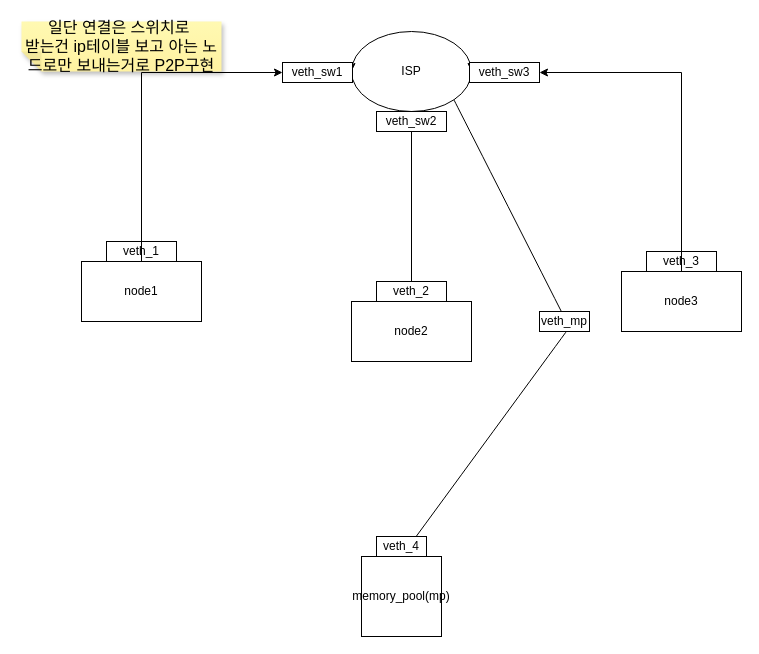
The draw.io diagram Net.drawio in sunnycastle09/Block-Chain-in-Linux, before the edit. Source tidied: cells renumbered, new cells numbered last; positions are measured from the earlier drawing's top-left corner, leaving out a move shared by most shapes. Both pictures are drawn from the tidied source at 100%, with x=0, y=0 at pixel (21, 21).
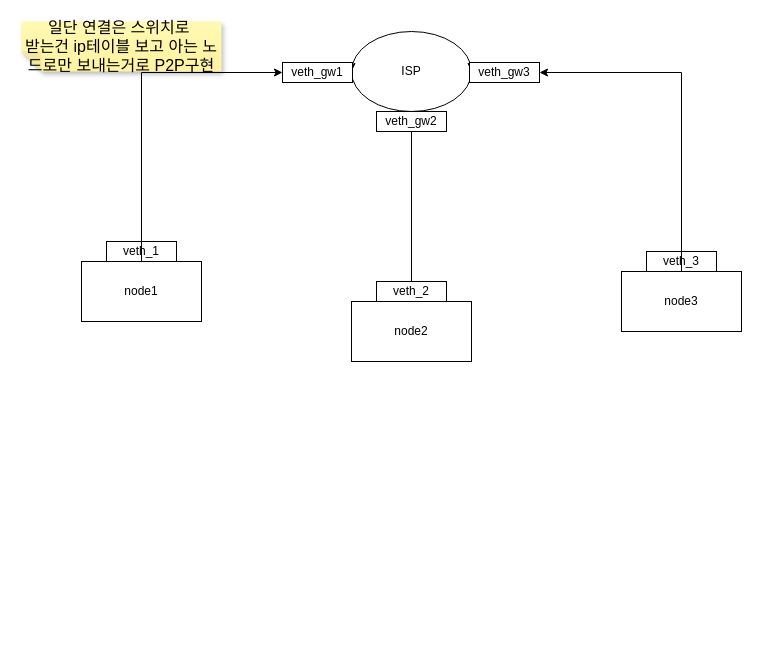
The same diagram, later.

Commit message:
Net.drawio이 추가되었습니다.

The change refers to these unchanged cells:
```xml
<mxCell id="3" value="ISP" style="ellipse;whiteSpace=wrap;html=1;shapeInside=1;" parent="1" vertex="1">
  <mxGeometry x="330" y="10" width="120" height="80" as="geometry" />
</mxCell>
```

Change to the diagram source:
```diff
@@
-    <mxCell id="2" value="memory_pool(mp)" style="whiteSpace=wrap;html=1;" parent="1" vertex="1">
-      <mxGeometry x="340" y="535" width="80" height="80" as="geometry" />
-    </mxCell>
@@
-    <mxCell id="11" style="edgeStyle=none;jettySize=auto;html=1;rounded=0;curved=1;exitX=1;exitY=1;exitDx=0;exitDy=0;" parent="1" edge="1" source="3">
-      <mxGeometry relative="1" as="geometry">
-        <mxPoint x="550" y="310" as="targetPoint" />
-      </mxGeometry>
-    </mxCell>
-    <mxCell id="12" style="edgeStyle=none;jettySize=auto;html=1;rounded=0;curved=1;exitX=1;exitY=1;exitDx=0;exitDy=0;entryX=0.5;entryY=0;entryDx=0;entryDy=0;" parent="1" edge="1" target="2">
-      <mxGeometry relative="1" as="geometry">
-        <mxPoint x="550" y="303" as="sourcePoint" />
-      </mxGeometry>
-    </mxCell>
@@
-    <mxCell id="17" value="veth_sw1" style="whiteSpace=wrap;html=1;" parent="1" vertex="1">
+    <mxCell id="17" value="veth_gw1" style="whiteSpace=wrap;html=1;" parent="1" vertex="1">
       <mxGeometry x="261" y="41" width="70" height="20" as="geometry" />
     </mxCell>
@@
-    <mxCell id="19" value="veth_sw3" style="whiteSpace=wrap;html=1;" parent="1" vertex="1">
+    <mxCell id="19" value="veth_gw3" style="whiteSpace=wrap;html=1;" parent="1" vertex="1">
       <mxGeometry x="448" y="41" width="70" height="20" as="geometry" />
     </mxCell>
-    <mxCell id="20" value="veth_sw2" style="whiteSpace=wrap;html=1;" parent="1" vertex="1">
+    <mxCell id="20" value="veth_gw2" style="whiteSpace=wrap;html=1;" parent="1" vertex="1">
       <mxGeometry x="355" y="90" width="70" height="20" as="geometry" />
     </mxCell>
-    <mxCell id="21" value="veth_mp" style="rounded=0;whiteSpace=wrap;html=1;" parent="1" vertex="1">
-      <mxGeometry x="518" y="290" width="50" height="20" as="geometry" />
-    </mxCell>
-    <mxCell id="22" value="veth_4" style="rounded=0;whiteSpace=wrap;html=1;" parent="1" vertex="1">
-      <mxGeometry x="355" y="515" width="50" height="20" as="geometry" />
-    </mxCell>
```
